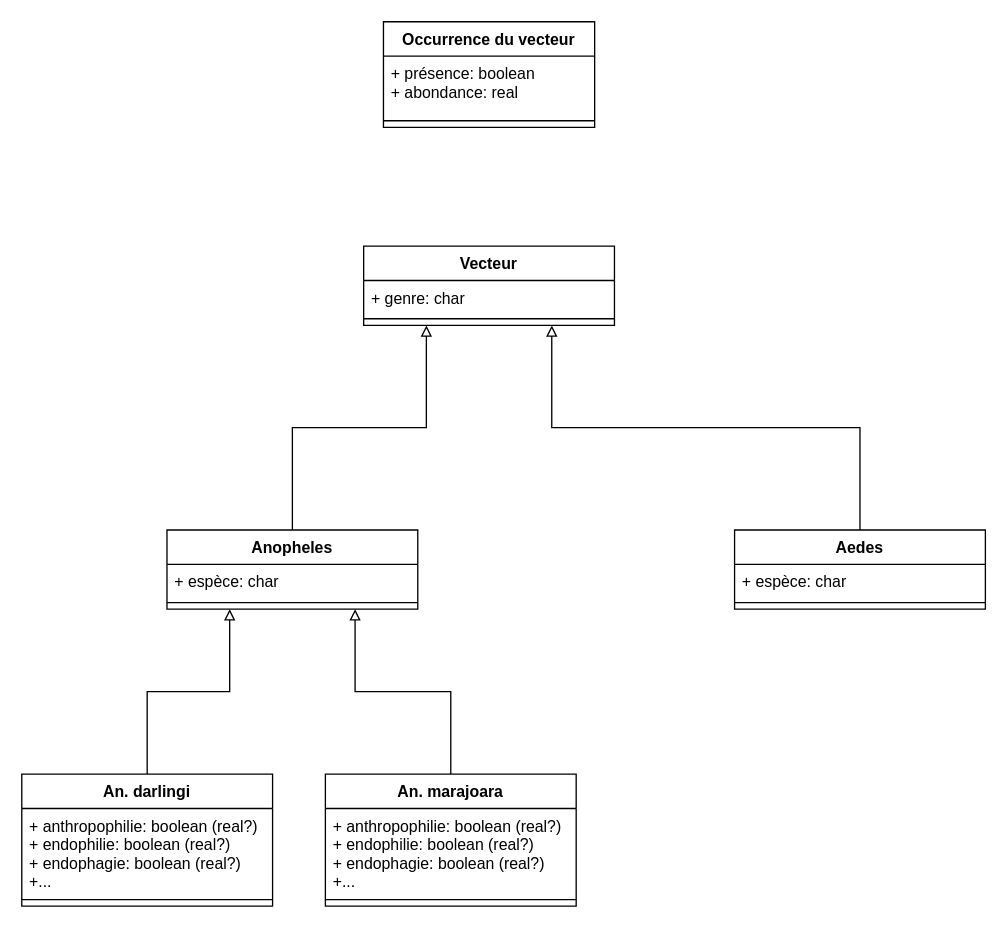
EmmanuelRouxIRD/PROGYSAT-VecTrans keeps this draw.io diagram as vecteurs.drawio. Above is the earlier version. Source tidied: cells renumbered, new cells numbered last; positions are measured from the earlier drawing's top-left corner, leaving out a move shared by most shapes. Both pictures are drawn from the tidied source at 132%, with x=0, y=0 at pixel (21, 21).
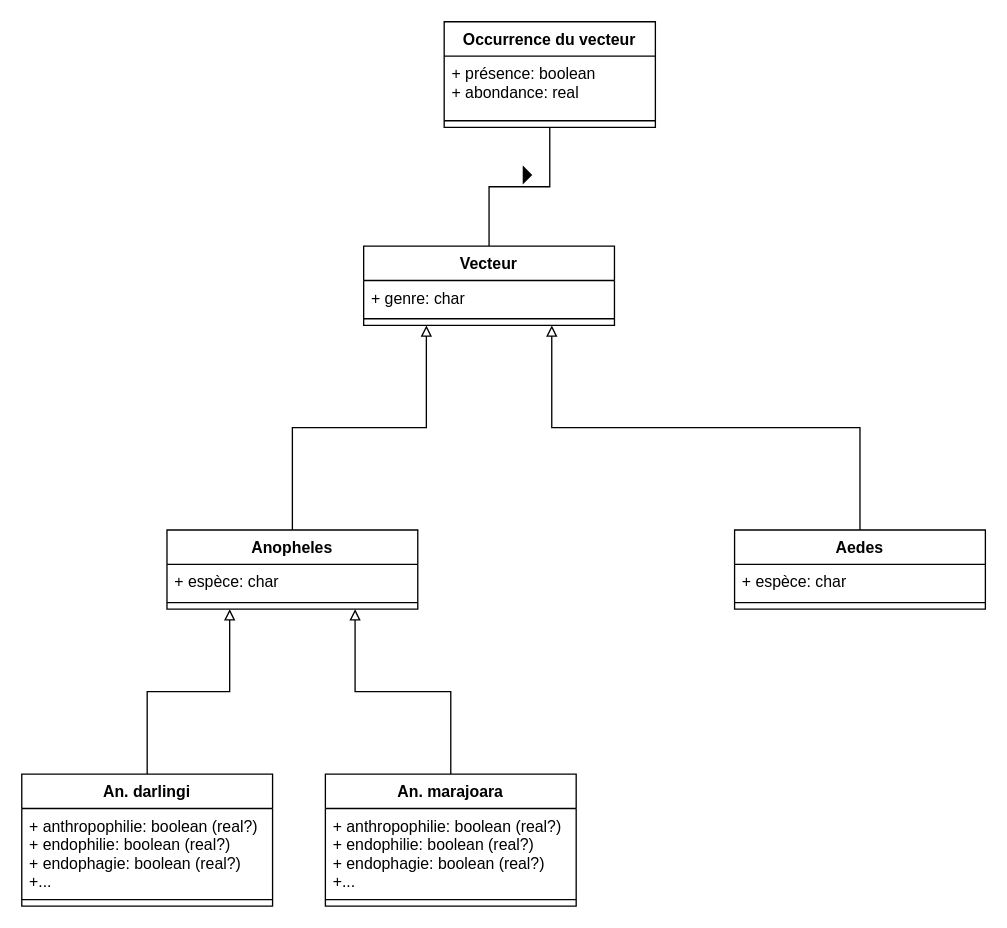
After the change.

Unchanged cells that the change refers to:
```xml
<mxCell id="2" value="Vecteur" style="swimlane;fontStyle=1;align=center;verticalAlign=top;horizontal=1;startSize=26;" parent="1" vertex="1">
  <mxGeometry x="259" y="170" width="190" height="60" as="geometry" />
</mxCell>
```

Change to the diagram source:
```diff
@@
+    <mxCell id="24" style="edgeStyle=orthogonalEdgeStyle;rounded=0;jettySize=auto;html=1;entryX=0.5;entryY=1;entryDx=0;entryDy=0;endArrow=none;endFill=0;" parent="1" edge="1" source="2" target="9">
+      <mxGeometry relative="1" as="geometry" />
+    </mxCell>
@@
     <mxCell id="9" value="Occurrence du vecteur" style="swimlane;fontStyle=1;align=center;verticalAlign=top;horizontal=1;startSize=26;" parent="1" vertex="1">
-      <mxGeometry x="274" width="160" height="80" as="geometry" />
+      <mxGeometry x="320" width="160" height="80" as="geometry" />
     </mxCell>
@@
+    <mxCell id="25" style="triangle;fillColor=#000000;" parent="1" vertex="1">
+      <mxGeometry x="380" y="110" width="6" height="12" as="geometry" />
+    </mxCell>
```
